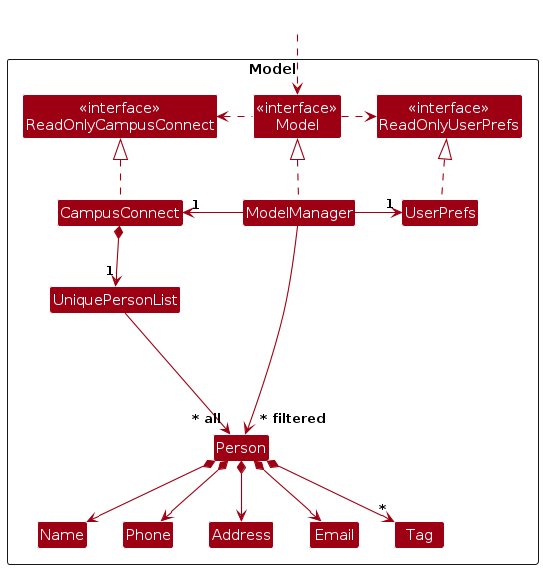
Before: diagrams/ModelClassDiagram.png, a diagram exported from PlantUML (AY2425S1-CS2103T-F14a-4/tp). Its source is kept beside it as diagrams/ModelClassDiagram.puml.
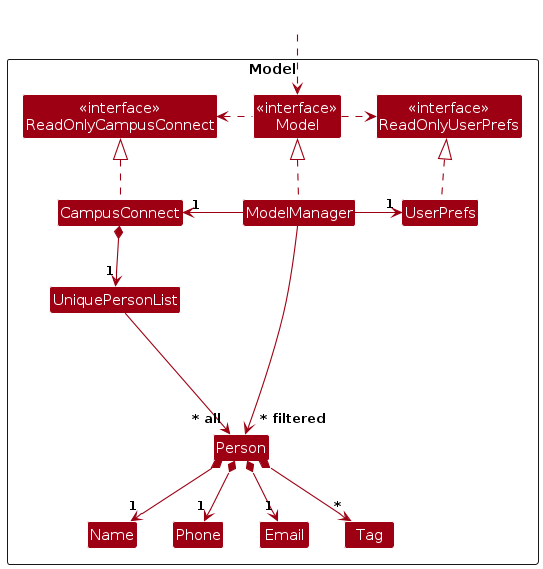
The same diagram one commit later.

Change to the diagram source:
```diff
@@ -14,7 +14,6 @@
 
 Class UniquePersonList
 Class Person
-Class Address
 Class Email
 Class Name
 Class Phone
@@ -37,18 +36,16 @@
 
 CampusConnect *--> "1" UniquePersonList
 UniquePersonList --> "~* all" Person
-Person *--> Name
-Person *--> Phone
-Person *--> Email
-Person *--> Address
+Person *--> "1" Name
+Person *--> "1" Phone
+Person *--> "1" Email
 Person *--> "*" Tag
 
 Person -[hidden]up--> I
 UniquePersonList -[hidden]right-> I
 
 Name -[hidden]right-> Phone
-Phone -[hidden]right-> Address
-Address -[hidden]right-> Email
+Phone -[hidden]right-> Email
 
 ModelManager --> "~* filtered" Person
 @enduml
```
